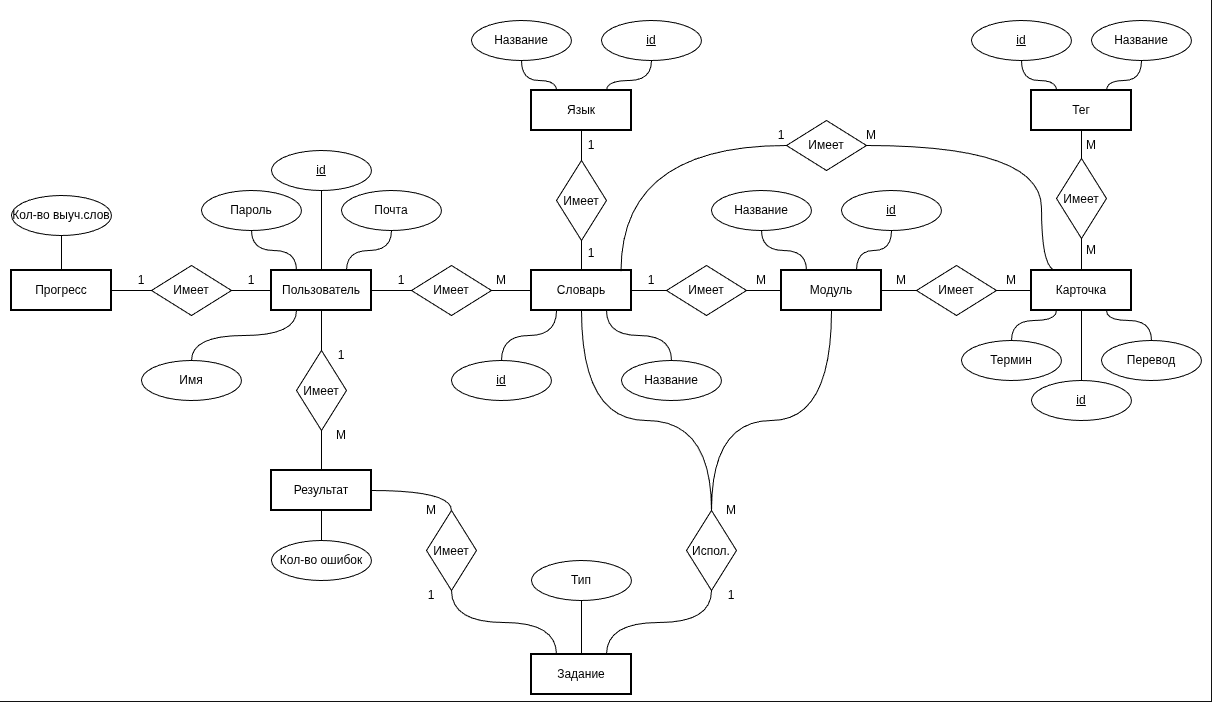
This is docs/Chen diagram.png from Pluiek3/Coursework_DB, a draw.io export, as it was before one commit. Source tidied: cells renumbered, new cells last; positions are measured from the earlier drawing's top-left corner, leaving out a move shared by most shapes.
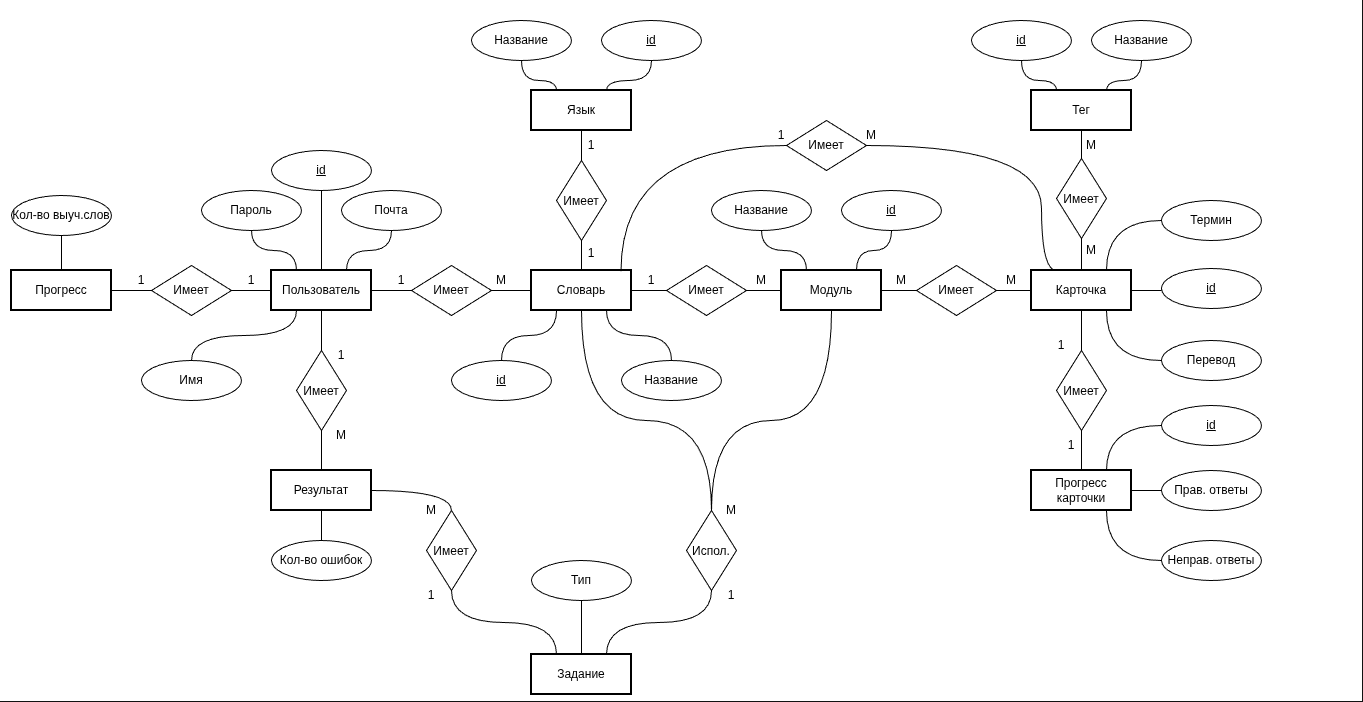
Above is the later version.

Commit message:
docs: add new progress card enity

What changed in the source:
```diff
@@ -3,7 +3,7 @@
     <mxCell id="0" />
     <mxCell id="1" parent="0" />
     <mxCell id="2" style="rounded=0;whiteSpace=wrap;html=1;fillColor=light-dark(#FFFFFF,#FFFFFF);fontStyle=1;" parent="1" vertex="1">
-      <mxGeometry width="1210" height="700" as="geometry" />
+      <mxGeometry width="1361" height="700" as="geometry" />
     </mxCell>
     <mxCell id="3" style="edgeStyle=orthogonalEdgeStyle;rounded=0;jettySize=auto;html=1;exitX=0.5;exitY=1;exitDx=0;exitDy=0;entryX=0.5;entryY=0;entryDx=0;entryDy=0;curved=1;endArrow=none;endFill=0;strokeColor=light-dark(#000000,#000000);" parent="1" edge="1" source="4" target="56">
       <mxGeometry relative="1" as="geometry" />
@@ -103,26 +103,23 @@
         </Array>
       </mxGeometry>
     </mxCell>
+    <mxCell id="99" style="edgeStyle=orthogonalEdgeStyle;shape=connector;rounded=0;jettySize=auto;html=1;exitX=1;exitY=0.5;exitDx=0;exitDy=0;entryX=0;entryY=0.5;entryDx=0;entryDy=0;strokeColor=light-dark(#000000,#000000);align=center;verticalAlign=middle;fontFamily=Helvetica;fontSize=11;fontColor=default;labelBackgroundColor=default;defaultLabelBackgroundColor=page;labelPadding=0 4;endArrow=none;endFill=0;" parent="1" edge="1" source="34" target="107">
+      <mxGeometry relative="1" as="geometry" />
+    </mxCell>
+    <mxCell id="100" style="edgeStyle=orthogonalEdgeStyle;shape=connector;rounded=0;jettySize=auto;html=1;exitX=0.5;exitY=1;exitDx=0;exitDy=0;entryX=0.5;entryY=0;entryDx=0;entryDy=0;strokeColor=light-dark(#000000,#000000);align=center;verticalAlign=middle;fontFamily=Helvetica;fontSize=11;fontColor=default;labelBackgroundColor=default;defaultLabelBackgroundColor=page;labelPadding=0 4;endArrow=none;endFill=0;" parent="1" edge="1" source="34" target="109">
+      <mxGeometry relative="1" as="geometry" />
+    </mxCell>
+    <mxCell id="101" style="edgeStyle=orthogonalEdgeStyle;shape=connector;rounded=0;jettySize=auto;html=1;exitX=0.75;exitY=0;exitDx=0;exitDy=0;entryX=0;entryY=0.5;entryDx=0;entryDy=0;strokeColor=light-dark(#000000,#000000);align=center;verticalAlign=middle;fontFamily=Helvetica;fontSize=11;fontColor=default;labelBackgroundColor=default;defaultLabelBackgroundColor=page;labelPadding=0 4;endArrow=none;endFill=0;curved=1;curveGeometry=1;" parent="1" edge="1" source="34" target="38">
+      <mxGeometry relative="1" as="geometry" />
+    </mxCell>
+    <mxCell id="102" style="edgeStyle=orthogonalEdgeStyle;shape=connector;rounded=0;jettySize=auto;html=1;exitX=0.75;exitY=1;exitDx=0;exitDy=0;entryX=0;entryY=0.5;entryDx=0;entryDy=0;strokeColor=light-dark(#000000,#000000);align=center;verticalAlign=middle;fontFamily=Helvetica;fontSize=11;fontColor=default;labelBackgroundColor=default;defaultLabelBackgroundColor=page;labelPadding=0 4;endArrow=none;endFill=0;curved=1;curveGeometry=1;" parent="1" edge="1" source="34" target="40">
+      <mxGeometry relative="1" as="geometry" />
+    </mxCell>
     <mxCell id="34" value="Карточка" style="whiteSpace=wrap;html=1;align=center;fillColor=light-dark(#FFFFFF,#FFFFFF);strokeColor=light-dark(#000000,#000000);fontColor=light-dark(#000000,#000000);strokeWidth=2;" parent="1" vertex="1">
       <mxGeometry x="1031" y="270" width="100" height="40" as="geometry" />
     </mxCell>
-    <mxCell id="35" style="edgeStyle=orthogonalEdgeStyle;rounded=0;jettySize=auto;html=1;exitX=0.5;exitY=0;exitDx=0;exitDy=0;entryX=0.5;entryY=1;entryDx=0;entryDy=0;curved=1;strokeColor=light-dark(#000000,#000000);endArrow=none;endFill=0;" parent="1" edge="1" source="36" target="34">
-      <mxGeometry relative="1" as="geometry" />
-    </mxCell>
-    <mxCell id="36" value="id" style="ellipse;whiteSpace=wrap;html=1;align=center;fontStyle=4;fontColor=light-dark(#000000,#000000);fillColor=light-dark(#FFFFFF,#FFFFFF);strokeColor=light-dark(#000000,#000000);" parent="1" vertex="1">
-      <mxGeometry x="1031" y="380" width="100" height="40" as="geometry" />
-    </mxCell>
-    <mxCell id="37" style="edgeStyle=orthogonalEdgeStyle;rounded=0;jettySize=auto;html=1;exitX=0.5;exitY=0;exitDx=0;exitDy=0;entryX=0.25;entryY=1;entryDx=0;entryDy=0;curved=1;strokeColor=light-dark(#000000,#000000);endArrow=none;endFill=0;" parent="1" edge="1" source="38" target="34">
-      <mxGeometry relative="1" as="geometry" />
-    </mxCell>
-    <mxCell id="38" value="Термин" style="ellipse;whiteSpace=wrap;html=1;align=center;fillColor=light-dark(#FFFFFF,#FFFFFF);strokeColor=light-dark(#000000,#000000);fontColor=light-dark(#000000,#000000);" parent="1" vertex="1">
-      <mxGeometry x="961" y="340" width="100" height="40" as="geometry" />
-    </mxCell>
-    <mxCell id="39" style="edgeStyle=orthogonalEdgeStyle;rounded=0;jettySize=auto;html=1;exitX=0.5;exitY=0;exitDx=0;exitDy=0;entryX=0.75;entryY=1;entryDx=0;entryDy=0;curved=1;strokeColor=light-dark(#000000,#000000);endArrow=none;endFill=0;" parent="1" edge="1" source="40" target="34">
-      <mxGeometry relative="1" as="geometry" />
-    </mxCell>
     <mxCell id="40" value="Перевод" style="ellipse;whiteSpace=wrap;html=1;align=center;fillColor=light-dark(#FFFFFF,#FFFFFF);strokeColor=light-dark(#000000,#000000);fontColor=light-dark(#000000,#000000);" parent="1" vertex="1">
-      <mxGeometry x="1101" y="340" width="100" height="40" as="geometry" />
+      <mxGeometry x="1161" y="340" width="100" height="40" as="geometry" />
     </mxCell>
     <mxCell id="41" value="id" style="ellipse;whiteSpace=wrap;html=1;align=center;fontStyle=4;fontColor=light-dark(#000000,#000000);fillColor=light-dark(#FFFFFF,#FFFFFF);strokeColor=light-dark(#000000,#000000);" parent="1" vertex="1">
       <mxGeometry x="271" y="150" width="100" height="40" as="geometry" />
@@ -308,5 +305,44 @@
     <mxCell id="98" value="М" style="text;html=1;whiteSpace=wrap;strokeColor=none;fillColor=none;align=center;verticalAlign=middle;rounded=0;fontColor=light-dark(#000000,#000000);" parent="1" vertex="1">
       <mxGeometry x="841" y="120" width="60" height="30" as="geometry" />
     </mxCell>
+    <mxCell id="103" style="edgeStyle=orthogonalEdgeStyle;shape=connector;rounded=0;jettySize=auto;html=1;exitX=0.75;exitY=0;exitDx=0;exitDy=0;entryX=0;entryY=0.5;entryDx=0;entryDy=0;strokeColor=light-dark(#000000,#000000);align=center;verticalAlign=middle;fontFamily=Helvetica;fontSize=11;fontColor=default;labelBackgroundColor=default;defaultLabelBackgroundColor=page;labelPadding=0 4;endArrow=none;endFill=0;curved=1;curveGeometry=1;" parent="1" edge="1" source="106" target="110">
+      <mxGeometry relative="1" as="geometry" />
+    </mxCell>
+    <mxCell id="104" style="edgeStyle=orthogonalEdgeStyle;shape=connector;rounded=0;jettySize=auto;html=1;exitX=1;exitY=0.5;exitDx=0;exitDy=0;entryX=0;entryY=0.5;entryDx=0;entryDy=0;strokeColor=light-dark(#000000,#000000);align=center;verticalAlign=middle;fontFamily=Helvetica;fontSize=11;fontColor=default;labelBackgroundColor=default;defaultLabelBackgroundColor=page;labelPadding=0 4;endArrow=none;endFill=0;" parent="1" edge="1" source="106" target="111">
+      <mxGeometry relative="1" as="geometry" />
+    </mxCell>
+    <mxCell id="105" style="edgeStyle=orthogonalEdgeStyle;shape=connector;rounded=0;jettySize=auto;html=1;exitX=0.75;exitY=1;exitDx=0;exitDy=0;entryX=0;entryY=0.5;entryDx=0;entryDy=0;strokeColor=light-dark(#000000,#000000);align=center;verticalAlign=middle;fontFamily=Helvetica;fontSize=11;fontColor=default;labelBackgroundColor=default;defaultLabelBackgroundColor=page;labelPadding=0 4;endArrow=none;endFill=0;curved=1;curveGeometry=1;" parent="1" edge="1" source="106" target="112">
+      <mxGeometry relative="1" as="geometry" />
+    </mxCell>
+    <mxCell id="106" value="Прогресс карточки" style="whiteSpace=wrap;html=1;align=center;fillColor=light-dark(#FFFFFF,#FFFFFF);strokeColor=light-dark(#000000,#000000);fontColor=light-dark(#000000,#000000);strokeWidth=2;" parent="1" vertex="1">
+      <mxGeometry x="1031" y="470" width="100" height="40" as="geometry" />
+    </mxCell>
+    <mxCell id="107" value="id" style="ellipse;whiteSpace=wrap;html=1;align=center;fontStyle=4;fontColor=light-dark(#000000,#000000);fillColor=light-dark(#FFFFFF,#FFFFFF);strokeColor=light-dark(#000000,#000000);" parent="1" vertex="1">
+      <mxGeometry x="1161" y="268" width="100" height="40" as="geometry" />
+    </mxCell>
+    <mxCell id="108" style="edgeStyle=orthogonalEdgeStyle;shape=connector;rounded=0;jettySize=auto;html=1;exitX=0.5;exitY=1;exitDx=0;exitDy=0;entryX=0.5;entryY=0;entryDx=0;entryDy=0;strokeColor=light-dark(#000000,#000000);align=center;verticalAlign=middle;fontFamily=Helvetica;fontSize=11;fontColor=default;labelBackgroundColor=default;defaultLabelBackgroundColor=page;labelPadding=0 4;endArrow=none;endFill=0;" parent="1" edge="1" source="109" target="106">
+      <mxGeometry relative="1" as="geometry" />
+    </mxCell>
+    <mxCell id="109" value="Имеет" style="rhombus;whiteSpace=wrap;html=1;shapeInside=1;fillColor=light-dark(#FFFFFF,#FFFFFF);strokeColor=light-dark(#000000,#000000);fontColor=light-dark(#000000,#000000);" parent="1" vertex="1">
+      <mxGeometry x="1056" y="350" width="50" height="80" as="geometry" />
+    </mxCell>
+    <mxCell id="38" value="Термин" style="ellipse;whiteSpace=wrap;html=1;align=center;fillColor=light-dark(#FFFFFF,#FFFFFF);strokeColor=light-dark(#000000,#000000);fontColor=light-dark(#000000,#000000);" parent="1" vertex="1">
+      <mxGeometry x="1161" y="200" width="100" height="40" as="geometry" />
+    </mxCell>
+    <mxCell id="110" value="id" style="ellipse;whiteSpace=wrap;html=1;align=center;fontStyle=4;fontColor=light-dark(#000000,#000000);fillColor=light-dark(#FFFFFF,#FFFFFF);strokeColor=light-dark(#000000,#000000);" parent="1" vertex="1">
+      <mxGeometry x="1161" y="405" width="100" height="40" as="geometry" />
+    </mxCell>
+    <mxCell id="111" value="Прав. ответы" style="ellipse;whiteSpace=wrap;html=1;align=center;fillColor=light-dark(#FFFFFF,#FFFFFF);strokeColor=light-dark(#000000,#000000);fontColor=light-dark(#000000,#000000);" parent="1" vertex="1">
+      <mxGeometry x="1161" y="470" width="100" height="40" as="geometry" />
+    </mxCell>
+    <mxCell id="112" value="Неправ. ответы" style="ellipse;whiteSpace=wrap;html=1;align=center;fillColor=light-dark(#FFFFFF,#FFFFFF);strokeColor=light-dark(#000000,#000000);fontColor=light-dark(#000000,#000000);" parent="1" vertex="1">
+      <mxGeometry x="1161" y="540" width="100" height="40" as="geometry" />
+    </mxCell>
+    <mxCell id="113" value="1" style="text;html=1;whiteSpace=wrap;strokeColor=none;fillColor=none;align=center;verticalAlign=middle;rounded=0;fontColor=light-dark(#000000,#000000);" parent="1" vertex="1">
+      <mxGeometry x="1031" y="330" width="60" height="30" as="geometry" />
+    </mxCell>
+    <mxCell id="114" value="1" style="text;html=1;whiteSpace=wrap;strokeColor=none;fillColor=none;align=center;verticalAlign=middle;rounded=0;fontColor=light-dark(#000000,#000000);" parent="1" vertex="1">
+      <mxGeometry x="1041" y="430" width="60" height="30" as="geometry" />
+    </mxCell>
   </root>
 </mxGraphModel>
```
